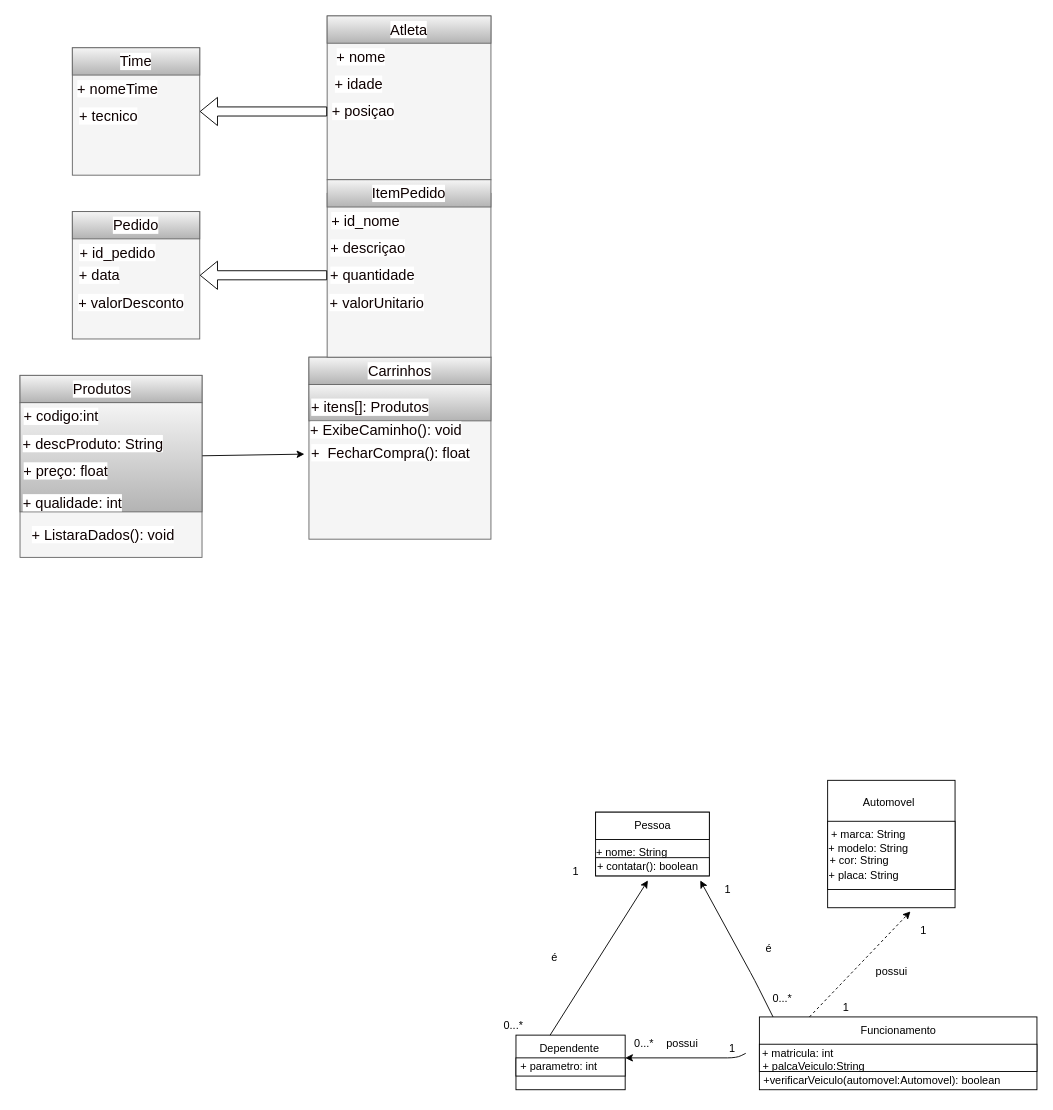
The draw.io diagram assets/uml/classDiagram.drawio in victormattos564/ClassDiagram, before the edit. Source tidied: cells renumbered, new cells numbered last; positions are measured from the earlier drawing's top-left corner, leaving out a move shared by most shapes. Both pictures are drawn from the tidied source at 91%, with x=0, y=0 at pixel (15, 15).
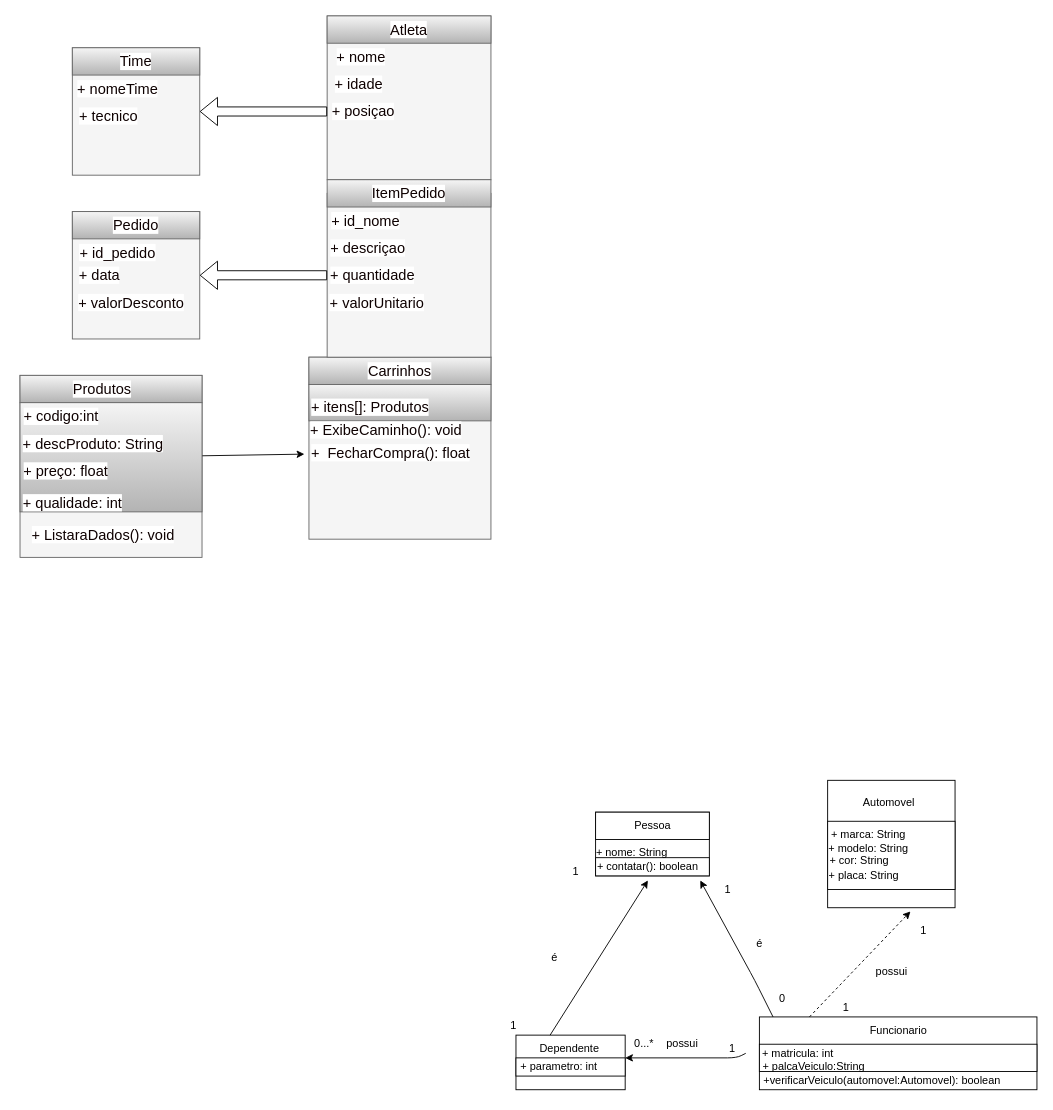
The same diagram, later.

The edit, as a diff of the source:
```diff
@@
-    <mxCell id="60" value="Funcionamento" style="text;strokeColor=none;align=center;fillColor=none;html=1;verticalAlign=middle;whiteSpace=wrap;rounded=0;" parent="1" vertex="1">
+    <mxCell id="60" value="Funcionario" style="text;strokeColor=none;align=center;fillColor=none;html=1;verticalAlign=middle;whiteSpace=wrap;rounded=0;" parent="1" vertex="1">
       <mxGeometry x="939.5" y="1100" width="60" height="30" as="geometry" />
     </mxCell>
@@
-    <mxCell id="76" value="0...*" style="text;strokeColor=none;align=center;fillColor=none;html=1;verticalAlign=middle;whiteSpace=wrap;rounded=0;" parent="1" vertex="1">
+    <mxCell id="76" value="1" style="text;strokeColor=none;align=center;fillColor=none;html=1;verticalAlign=middle;whiteSpace=wrap;rounded=0;" parent="1" vertex="1">
       <mxGeometry x="517" y="1095" width="60" height="30" as="geometry" />
     </mxCell>
@@
     <mxCell id="79" value="é" style="text;html=1;align=center;verticalAlign=middle;strokeColor=none;fillColor=none;" parent="1" vertex="1">
-      <mxGeometry x="812" y="1010" width="30" height="30" as="geometry" />
+      <mxGeometry x="802" y="1005" width="30" height="30" as="geometry" />
     </mxCell>
@@
-    <mxCell id="81" value="0...*" style="text;html=1;align=center;verticalAlign=middle;strokeColor=none;fillColor=none;" parent="1" vertex="1">
-      <mxGeometry x="822" y="1065" width="40" height="30" as="geometry" />
+    <mxCell id="81" value="0" style="text;html=1;align=center;verticalAlign=middle;strokeColor=none;fillColor=none;" parent="1" vertex="1">
+      <mxGeometry x="827" y="1065" width="30" height="30" as="geometry" />
     </mxCell>
```
